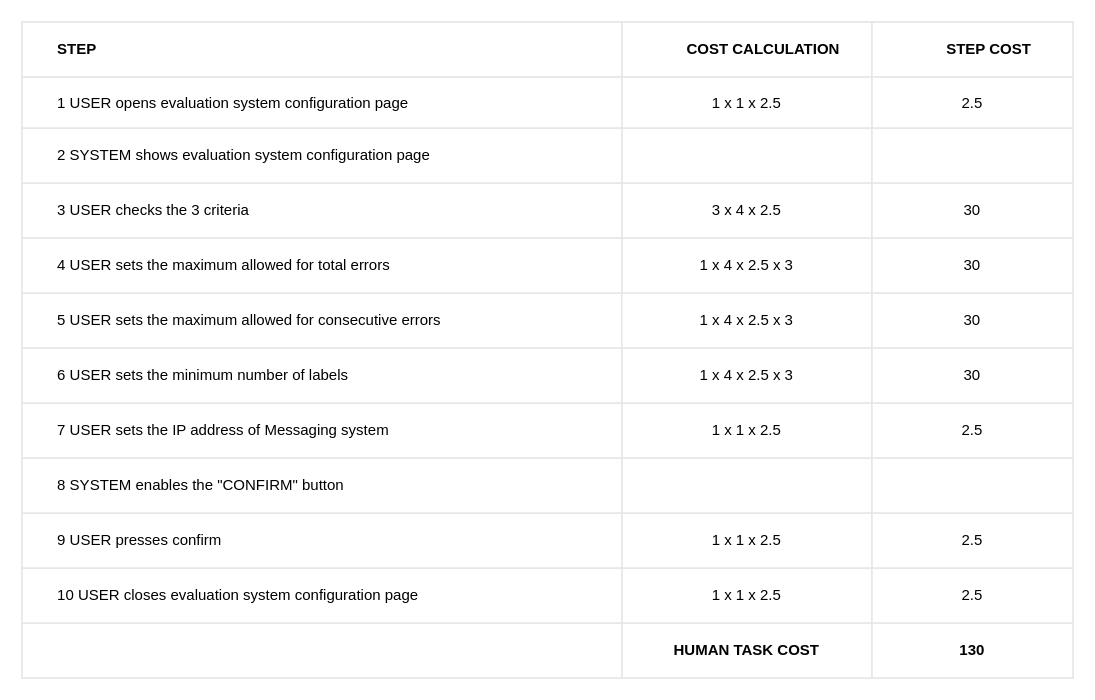
The draw.io diagram configure/evaluation system (JACO)/evaluation_system_table.drawio in BaffoBello14/AutomaticDamagesRecognition, before the edit. Source tidied: cells renumbered, new cells numbered last; positions are measured from the earlier drawing's top-left corner, leaving out a move shared by most shapes. Both pictures are drawn from the tidied source at 125%, with x=0, y=0 at pixel (21, 21).
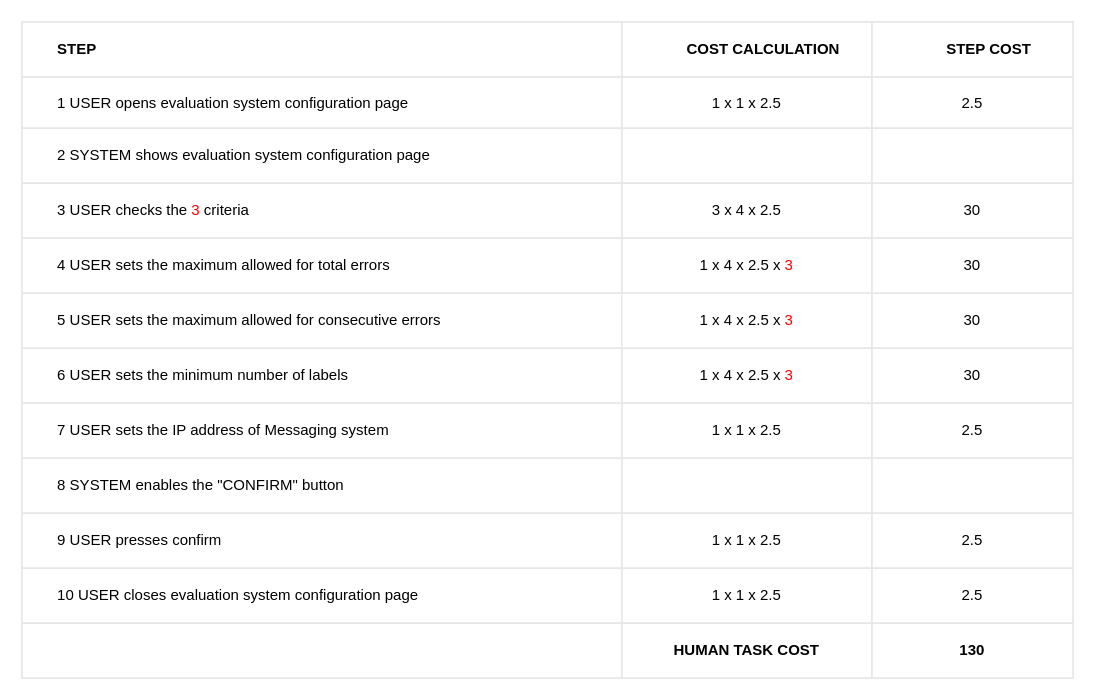
After the change.

Commit message (it also covers changes not shown here):
Update criteria values in production and segregation system tables

Unchanged cells that the change refers to:
```xml
<mxCell id="15" style="shape=tableRow;horizontal=0;startSize=0;swimlaneHead=0;swimlaneBody=0;top=0;left=0;bottom=0;right=0;fontStyle=0;fillColor=none;strokeColor=inherit;align=center;" parent="2" vertex="1">
  <mxGeometry y="129" width="841" height="44" as="geometry" />
</mxCell>
<mxCell id="19" style="shape=tableRow;horizontal=0;startSize=0;swimlaneHead=0;swimlaneBody=0;top=0;left=0;bottom=0;right=0;fontStyle=0;fillColor=none;strokeColor=inherit;align=center;" parent="2" vertex="1">
  <mxGeometry y="173" width="841" height="44" as="geometry" />
</mxCell>
<mxCell id="23" style="shape=tableRow;horizontal=0;startSize=0;swimlaneHead=0;swimlaneBody=0;top=0;left=0;bottom=0;right=0;fontStyle=0;fillColor=none;strokeColor=inherit;align=center;" parent="2" vertex="1">
  <mxGeometry y="217" width="841" height="44" as="geometry" />
</mxCell>
<mxCell id="27" style="shape=tableRow;horizontal=0;startSize=0;swimlaneHead=0;swimlaneBody=0;top=0;left=0;bottom=0;right=0;fontStyle=0;fillColor=none;strokeColor=inherit;align=center;" parent="2" vertex="1">
  <mxGeometry y="261" width="841" height="44" as="geometry" />
</mxCell>
```

Diff of the diagram source:
```diff
@@
-    <mxCell id="16" value="&lt;span style=&quot;white-space: pre;&quot;&gt;&#9;&lt;/span&gt;3 USER checks the 3 criteria" style="strokeColor=inherit;fillColor=none;align=left;whiteSpace=wrap;html=1;labelPosition=center;verticalLabelPosition=middle;verticalAlign=middle;" parent="15" vertex="1">
+    <mxCell id="16" value="&lt;span style=&quot;white-space: pre;&quot;&gt;&#9;&lt;/span&gt;3 USER checks the &lt;font color=&quot;#ff0000&quot;&gt;3&lt;/font&gt; criteria" style="strokeColor=inherit;fillColor=none;align=left;whiteSpace=wrap;html=1;labelPosition=center;verticalLabelPosition=middle;verticalAlign=middle;" parent="15" vertex="1">
       <mxGeometry width="480" height="44" as="geometry" />
     </mxCell>
@@
-    <mxCell id="21" value="1 x 4 x 2.5 x 3" style="strokeColor=inherit;fillColor=none;align=center;whiteSpace=wrap;html=1;" parent="19" vertex="1">
+    <mxCell id="21" value="1 x 4 x 2.5 x &lt;font color=&quot;#ff0000&quot;&gt;3&lt;/font&gt;" style="strokeColor=inherit;fillColor=none;align=center;whiteSpace=wrap;html=1;" parent="19" vertex="1">
       <mxGeometry x="480" width="200" height="44" as="geometry" />
     </mxCell>
@@
-    <mxCell id="25" value="1 x 4 x 2.5 x 3" style="strokeColor=inherit;fillColor=default;align=center;whiteSpace=wrap;html=1;" parent="23" vertex="1">
+    <mxCell id="25" value="1 x 4 x 2.5 x &lt;font color=&quot;#ff0000&quot;&gt;3&lt;/font&gt;" style="strokeColor=inherit;fillColor=default;align=center;whiteSpace=wrap;html=1;" parent="23" vertex="1">
       <mxGeometry x="480" width="200" height="44" as="geometry" />
     </mxCell>
@@
-    <mxCell id="29" value="1 x 4 x 2.5 x 3" style="strokeColor=inherit;fillColor=none;align=center;whiteSpace=wrap;html=1;" parent="27" vertex="1">
+    <mxCell id="29" value="1 x 4 x 2.5 x &lt;font color=&quot;#ff0000&quot;&gt;3&lt;/font&gt;" style="strokeColor=inherit;fillColor=none;align=center;whiteSpace=wrap;html=1;" parent="27" vertex="1">
       <mxGeometry x="480" width="200" height="44" as="geometry" />
     </mxCell>
```
